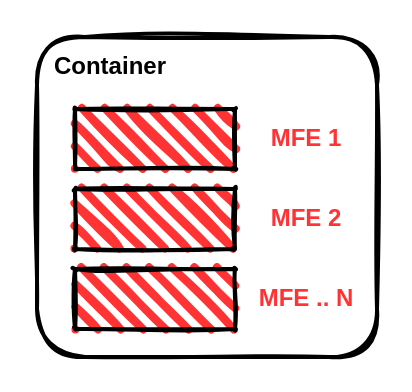
wileymarques/posts keeps this draw.io diagram as page "container-embedding-mfe" (5 of 5) of courses/mfe-angular-elements/1-introduction/1-what-is-mfes/assets/what-is-mfes.drawio. Above is the earlier version. Source tidied: cells renumbered, new cells numbered last; positions are measured from the earlier drawing's top-left corner, leaving out a move shared by most shapes. Both pictures are drawn from the tidied source at 200%, with x=0, y=0 at pixel (36, 36).
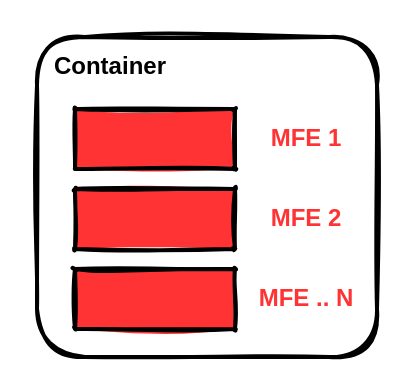
The same diagram, later.

Diff of the diagram source:
```diff
@@
 <mxGraphModel>
   <root>
     <mxCell id="0" />
     <mxCell id="1" parent="0" />
     <mxCell id="2" style="rounded=1;whiteSpace=wrap;html=1;strokeWidth=2;fillWeight=4;hachureGap=8;hachureAngle=45;fillColor=none;sketch=1;glass=0;fillStyle=hachure;fontSize=14;fontColor=#FF3333;" parent="1" vertex="1">
       <mxGeometry width="170" height="160" as="geometry" />
     </mxCell>
     <mxCell id="3" value="MFE 1" style="text;html=1;strokeColor=none;fillColor=none;align=center;verticalAlign=middle;whiteSpace=wrap;rounded=0;dashed=1;strokeWidth=3;fontColor=#FF3333;fontStyle=1;" parent="1" vertex="1">
       <mxGeometry x="105" y="36" width="60" height="30" as="geometry" />
     </mxCell>
-    <mxCell id="4" style="rounded=1;whiteSpace=wrap;html=1;strokeWidth=2;fillWeight=4;hachureGap=8;hachureAngle=45;fillColor=#FF3333;sketch=1;glass=0;fillStyle=hachure;fontSize=14;fontColor=#FF3333;arcSize=0;" parent="1" vertex="1">
+    <mxCell id="4" style="rounded=1;whiteSpace=wrap;html=1;strokeWidth=2;fillWeight=4;hachureGap=8;hachureAngle=45;fillColor=#FF3333;sketch=1;glass=0;fillStyle=solid;fontSize=14;fontColor=#FF3333;arcSize=0;" parent="1" vertex="1">
       <mxGeometry x="19" y="36" width="80" height="30" as="geometry" />
     </mxCell>
-    <mxCell id="5" style="rounded=1;whiteSpace=wrap;html=1;strokeWidth=2;fillWeight=4;hachureGap=8;hachureAngle=45;fillColor=#FF3333;sketch=1;glass=0;fillStyle=hachure;fontSize=14;fontColor=#FF3333;arcSize=0;" parent="1" vertex="1">
+    <mxCell id="5" style="rounded=1;whiteSpace=wrap;html=1;strokeWidth=2;fillWeight=4;hachureGap=8;hachureAngle=45;fillColor=#FF3333;sketch=1;glass=0;fillStyle=solid;fontSize=14;fontColor=#FF3333;arcSize=0;" parent="1" vertex="1">
       <mxGeometry x="19" y="76" width="80" height="30" as="geometry" />
     </mxCell>
-    <mxCell id="6" style="rounded=1;whiteSpace=wrap;html=1;strokeWidth=2;fillWeight=4;hachureGap=8;hachureAngle=45;fillColor=#FF3333;sketch=1;glass=0;fillStyle=hachure;fontSize=14;fontColor=#FF3333;arcSize=0;" parent="1" vertex="1">
+    <mxCell id="6" style="rounded=1;whiteSpace=wrap;html=1;strokeWidth=2;fillWeight=4;hachureGap=8;hachureAngle=45;fillColor=#FF3333;sketch=1;glass=0;fillStyle=solid;fontSize=14;fontColor=#FF3333;arcSize=0;" parent="1" vertex="1">
       <mxGeometry x="19" y="116" width="80" height="30" as="geometry" />
     </mxCell>
     <mxCell id="7" value="Container" style="text;html=1;strokeColor=none;fillColor=none;align=center;verticalAlign=middle;whiteSpace=wrap;rounded=0;dashed=1;strokeWidth=3;fontColor=#000000;fontStyle=1;" parent="1" vertex="1">
       <mxGeometry x="7" width="60" height="30" as="geometry" />
     </mxCell>
     <mxCell id="8" value="MFE 2" style="text;html=1;strokeColor=none;fillColor=none;align=center;verticalAlign=middle;whiteSpace=wrap;rounded=0;dashed=1;strokeWidth=3;fontColor=#FF3333;fontStyle=1;" parent="1" vertex="1">
       <mxGeometry x="105" y="76" width="60" height="30" as="geometry" />
     </mxCell>
     <mxCell id="9" value="MFE .. N" style="text;html=1;strokeColor=none;fillColor=none;align=center;verticalAlign=middle;whiteSpace=wrap;rounded=0;dashed=1;strokeWidth=3;fontColor=#FF3333;fontStyle=1;" parent="1" vertex="1">
       <mxGeometry x="105" y="116" width="60" height="30" as="geometry" />
     </mxCell>
   </root>
 </mxGraphModel>
```
